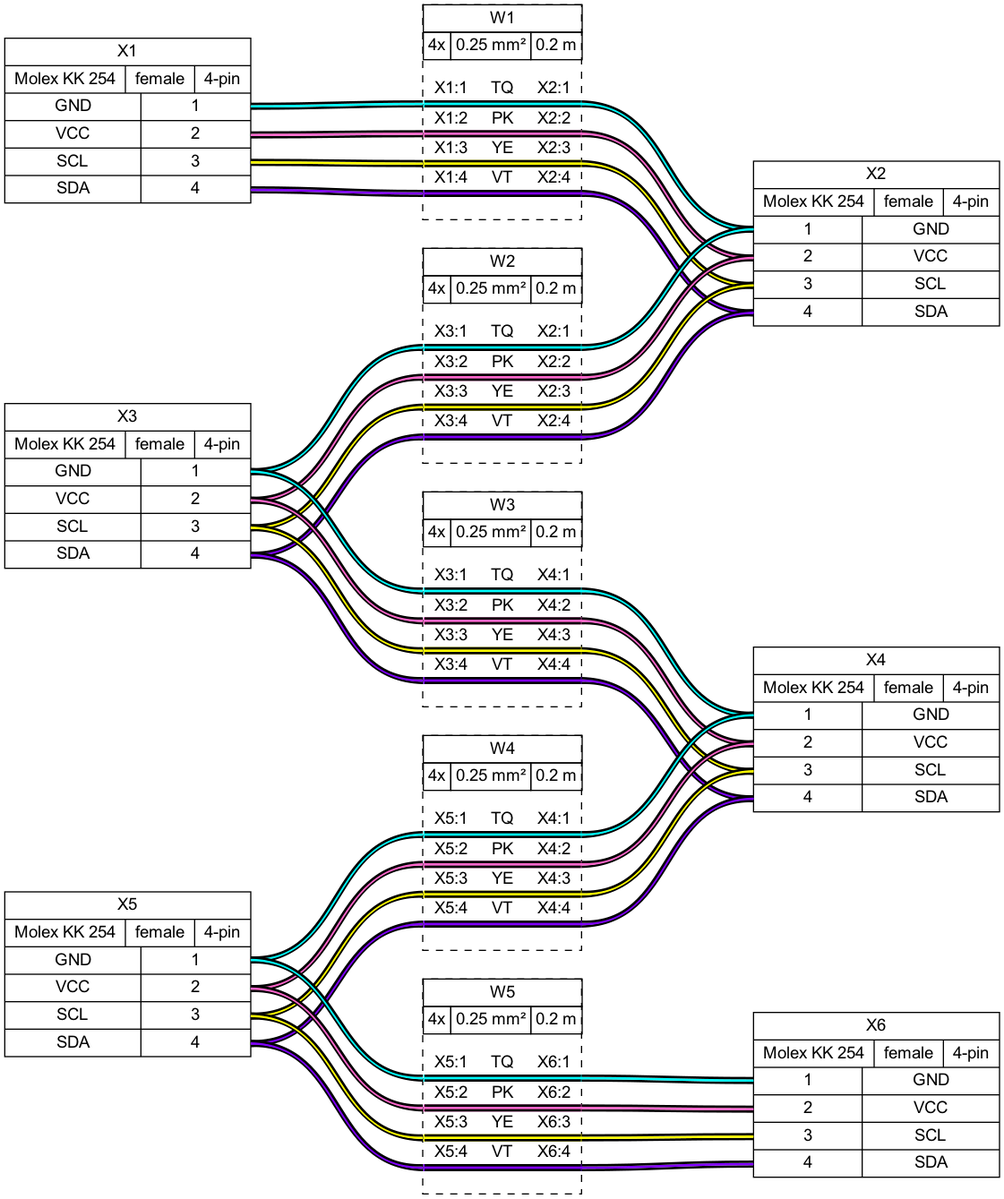
Before: tutorial/tutorial07.png, a diagram exported from Graphviz (wireviz/WireViz). Its source is kept beside it as tutorial/tutorial07.gv.
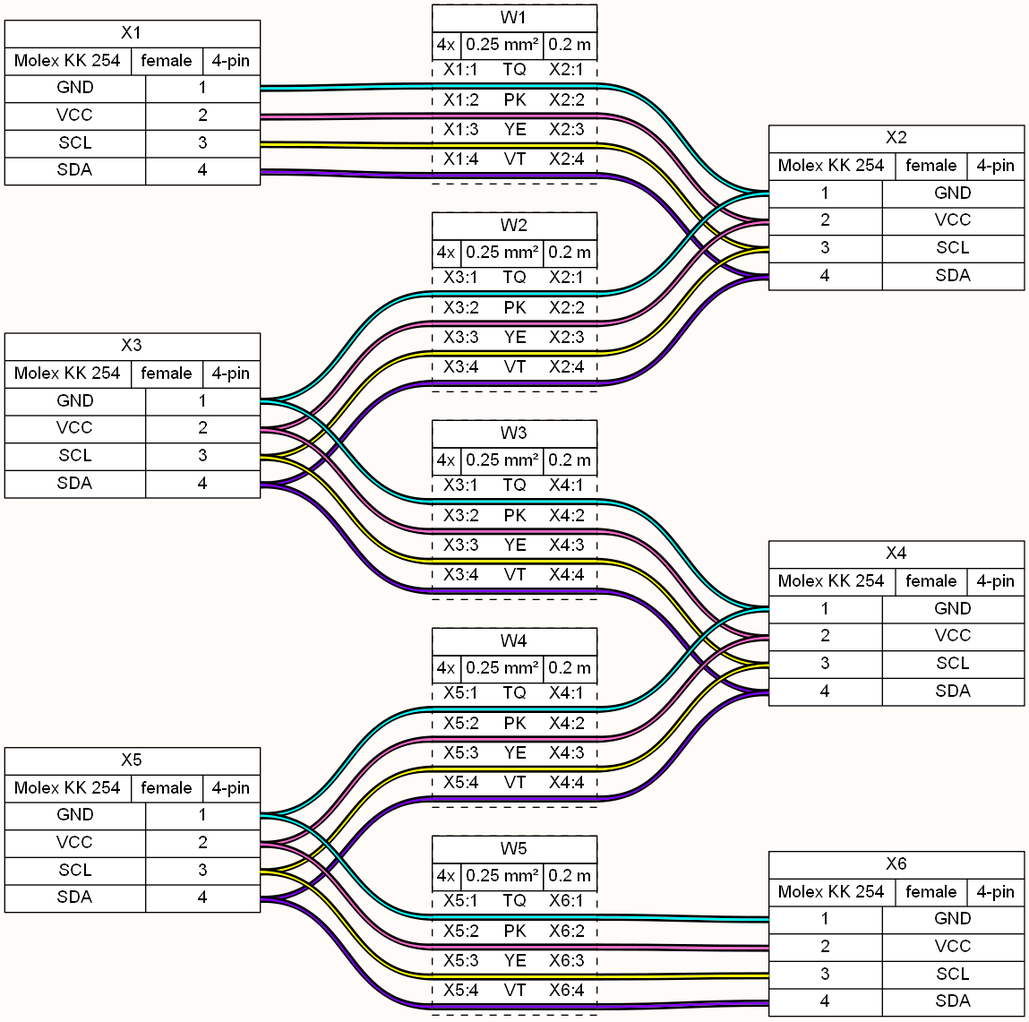
Later version of the same file.

The edit, as a diff of the source:
```diff
@@ -1,5 +1,5 @@
 graph {
-	graph [bgcolor=white fontname=arial nodesep=0.33 rankdir=LR ranksep=2]
+	graph [bgcolor="#fffbf8" fontname=arial nodesep=0.33 rankdir=LR ranksep=2]
 	node [fillcolor=white fontname=arial shape=record style=filled]
 	edge [fontname=arial style=bold]
 	X1 [label="X1|{Molex KK 254|female|4-pin}|{{GND|VCC|SCL|SDA}|{<p1r>1|<p2r>2|<p3r>3|<p4r>4}}"]
@@ -20,7 +20,7 @@
 	edge [color="#000000:#8000ff:#000000"]
 	X1:p4r:e -- W1:w4:w
 	W1:w4:e -- X2:p4l:w
-	W1 [label=<<table border="0" cellspacing="0" cellpadding="0"><tr><td><table border="0" cellspacing="0" cellpadding="3" cellborder="1"><tr><td colspan="3">W1</td></tr><tr><td>4x</td><td>0.25 mm²</td><td>0.2 m</td></tr></table></td></tr><tr><td>&nbsp;</td></tr><tr><td><table border="0" cellspacing="0" cellborder="0"><tr><td>X1:1</td><td>TQ</td><td>X2:1</td></tr><tr><td colspan="3" cellpadding="0" height="6" bgcolor="#00ffff" border="2" sides="tb" port="w1"></td></tr><tr><td>X1:2</td><td>PK</td><td>X2:2</td></tr><tr><td colspan="3" cellpadding="0" height="6" bgcolor="#ff66cc" border="2" sides="tb" port="w2"></td></tr><tr><td>X1:3</td><td>YE</td><td>X2:3</td></tr><tr><td colspan="3" cellpadding="0" height="6" bgcolor="#ffff00" border="2" sides="tb" port="w3"></td></tr><tr><td>X1:4</td><td>VT</td><td>X2:4</td></tr><tr><td colspan="3" cellpadding="0" height="6" bgcolor="#8000ff" border="2" sides="tb" port="w4"></td></tr><tr><td>&nbsp;</td></tr></table></td></tr></table>> fillcolor=white margin=0 shape=box style="filled,dashed"]
+	W1 [label=<<table border="0" cellspacing="0" cellpadding="0"><tr><td><table border="0" cellspacing="0" cellpadding="3" cellborder="1"><tr><td colspan="3">W1</td></tr><tr><td>4x</td><td>0.25 mm²</td><td>0.2 m</td></tr></table></td></tr><tr><td></td></tr><tr><td><table border="0" cellspacing="0" cellborder="0"><tr><td>X1:1</td><td>TQ</td><td>X2:1</td></tr><tr><td colspan="3" border="0" cellspacing="0" cellpadding="0" port="w1" height="6"><table cellspacing="0" cellborder="0" border = "0"><tr><td colspan="3" cellpadding="0" height="2" bgcolor="#000000" border="0"></td></tr><tr><td colspan="3" cellpadding="0" height="2" bgcolor="#00ffff" border="0"></td></tr><tr><td colspan="3" cellpadding="0" height="2" bgcolor="#000000" border="0"></td></tr></table></td></tr><tr><td>X1:2</td><td>PK</td><td>X2:2</td></tr><tr><td colspan="3" border="0" cellspacing="0" cellpadding="0" port="w2" height="6"><table cellspacing="0" cellborder="0" border = "0"><tr><td colspan="3" cellpadding="0" height="2" bgcolor="#000000" border="0"></td></tr><tr><td colspan="3" cellpadding="0" height="2" bgcolor="#ff66cc" border="0"></td></tr><tr><td colspan="3" cellpadding="0" height="2" bgcolor="#000000" border="0"></td></tr></table></td></tr><tr><td>X1:3</td><td>YE</td><td>X2:3</td></tr><tr><td colspan="3" border="0" cellspacing="0" cellpadding="0" port="w3" height="6"><table cellspacing="0" cellborder="0" border = "0"><tr><td colspan="3" cellpadding="0" height="2" bgcolor="#000000" border="0"></td></tr><tr><td colspan="3" cellpadding="0" height="2" bgcolor="#ffff00" border="0"></td></tr><tr><td colspan="3" cellpadding="0" height="2" bgcolor="#000000" border="0"></td></tr></table></td></tr><tr><td>X1:4</td><td>VT</td><td>X2:4</td></tr><tr><td colspan="3" border="0" cellspacing="0" cellpadding="0" port="w4" height="6"><table cellspacing="0" cellborder="0" border = "0"><tr><td colspan="3" cellpadding="0" height="2" bgcolor="#000000" border="0"></td></tr><tr><td colspan="3" cellpadding="0" height="2" bgcolor="#8000ff" border="0"></td></tr><tr><td colspan="3" cellpadding="0" height="2" bgcolor="#000000" border="0"></td></tr></table></td></tr><tr><td></td></tr></table></td></tr></table>> fillcolor=white margin=0 shape=box style="filled,dashed"]
 	edge [color="#000000:#00ffff:#000000"]
 	X3:p1r:e -- W2:w1:w
 	W2:w1:e -- X2:p1l:w
@@ -33,7 +33,7 @@
 	edge [color="#000000:#8000ff:#000000"]
 	X3:p4r:e -- W2:w4:w
 	W2:w4:e -- X2:p4l:w
-	W2 [label=<<table border="0" cellspacing="0" cellpadding="0"><tr><td><table border="0" cellspacing="0" cellpadding="3" cellborder="1"><tr><td colspan="3">W2</td></tr><tr><td>4x</td><td>0.25 mm²</td><td>0.2 m</td></tr></table></td></tr><tr><td>&nbsp;</td></tr><tr><td><table border="0" cellspacing="0" cellborder="0"><tr><td>X3:1</td><td>TQ</td><td>X2:1</td></tr><tr><td colspan="3" cellpadding="0" height="6" bgcolor="#00ffff" border="2" sides="tb" port="w1"></td></tr><tr><td>X3:2</td><td>PK</td><td>X2:2</td></tr><tr><td colspan="3" cellpadding="0" height="6" bgcolor="#ff66cc" border="2" sides="tb" port="w2"></td></tr><tr><td>X3:3</td><td>YE</td><td>X2:3</td></tr><tr><td colspan="3" cellpadding="0" height="6" bgcolor="#ffff00" border="2" sides="tb" port="w3"></td></tr><tr><td>X3:4</td><td>VT</td><td>X2:4</td></tr><tr><td colspan="3" cellpadding="0" height="6" bgcolor="#8000ff" border="2" sides="tb" port="w4"></td></tr><tr><td>&nbsp;</td></tr></table></td></tr></table>> fillcolor=white margin=0 shape=box style="filled,dashed"]
+	W2 [label=<<table border="0" cellspacing="0" cellpadding="0"><tr><td><table border="0" cellspacing="0" cellpadding="3" cellborder="1"><tr><td colspan="3">W2</td></tr><tr><td>4x</td><td>0.25 mm²</td><td>0.2 m</td></tr></table></td></tr><tr><td></td></tr><tr><td><table border="0" cellspacing="0" cellborder="0"><tr><td>X3:1</td><td>TQ</td><td>X2:1</td></tr><tr><td colspan="3" border="0" cellspacing="0" cellpadding="0" port="w1" height="6"><table cellspacing="0" cellborder="0" border = "0"><tr><td colspan="3" cellpadding="0" height="2" bgcolor="#000000" border="0"></td></tr><tr><td colspan="3" cellpadding="0" height="2" bgcolor="#00ffff" border="0"></td></tr><tr><td colspan="3" cellpadding="0" height="2" bgcolor="#000000" border="0"></td></tr></table></td></tr><tr><td>X3:2</td><td>PK</td><td>X2:2</td></tr><tr><td colspan="3" border="0" cellspacing="0" cellpadding="0" port="w2" height="6"><table cellspacing="0" cellborder="0" border = "0"><tr><td colspan="3" cellpadding="0" height="2" bgcolor="#000000" border="0"></td></tr><tr><td colspan="3" cellpadding="0" height="2" bgcolor="#ff66cc" border="0"></td></tr><tr><td colspan="3" cellpadding="0" height="2" bgcolor="#000000" border="0"></td></tr></table></td></tr><tr><td>X3:3</td><td>YE</td><td>X2:3</td></tr><tr><td colspan="3" border="0" cellspacing="0" cellpadding="0" port="w3" height="6"><table cellspacing="0" cellborder="0" border = "0"><tr><td colspan="3" cellpadding="0" height="2" bgcolor="#000000" border="0"></td></tr><tr><td colspan="3" cellpadding="0" height="2" bgcolor="#ffff00" border="0"></td></tr><tr><td colspan="3" cellpadding="0" height="2" bgcolor="#000000" border="0"></td></tr></table></td></tr><tr><td>X3:4</td><td>VT</td><td>X2:4</td></tr><tr><td colspan="3" border="0" cellspacing="0" cellpadding="0" port="w4" height="6"><table cellspacing="0" cellborder="0" border = "0"><tr><td colspan="3" cellpadding="0" height="2" bgcolor="#000000" border="0"></td></tr><tr><td colspan="3" cellpadding="0" height="2" bgcolor="#8000ff" border="0"></td></tr><tr><td colspan="3" cellpadding="0" height="2" bgcolor="#000000" border="0"></td></tr></table></td></tr><tr><td></td></tr></table></td></tr></table>> fillcolor=white margin=0 shape=box style="filled,dashed"]
 	edge [color="#000000:#00ffff:#000000"]
 	X3:p1r:e -- W3:w1:w
 	W3:w1:e -- X4:p1l:w
@@ -46,7 +46,7 @@
 	edge [color="#000000:#8000ff:#000000"]
 	X3:p4r:e -- W3:w4:w
 	W3:w4:e -- X4:p4l:w
-	W3 [label=<<table border="0" cellspacing="0" cellpadding="0"><tr><td><table border="0" cellspacing="0" cellpadding="3" cellborder="1"><tr><td colspan="3">W3</td></tr><tr><td>4x</td><td>0.25 mm²</td><td>0.2 m</td></tr></table></td></tr><tr><td>&nbsp;</td></tr><tr><td><table border="0" cellspacing="0" cellborder="0"><tr><td>X3:1</td><td>TQ</td><td>X4:1</td></tr><tr><td colspan="3" cellpadding="0" height="6" bgcolor="#00ffff" border="2" sides="tb" port="w1"></td></tr><tr><td>X3:2</td><td>PK</td><td>X4:2</td></tr><tr><td colspan="3" cellpadding="0" height="6" bgcolor="#ff66cc" border="2" sides="tb" port="w2"></td></tr><tr><td>X3:3</td><td>YE</td><td>X4:3</td></tr><tr><td colspan="3" cellpadding="0" height="6" bgcolor="#ffff00" border="2" sides="tb" port="w3"></td></tr><tr><td>X3:4</td><td>VT</td><td>X4:4</td></tr><tr><td colspan="3" cellpadding="0" height="6" bgcolor="#8000ff" border="2" sides="tb" port="w4"></td></tr><tr><td>&nbsp;</td></tr></table></td></tr></table>> fillcolor=white margin=0 shape=box style="filled,dashed"]
+	W3 [label=<<table border="0" cellspacing="0" cellpadding="0"><tr><td><table border="0" cellspacing="0" cellpadding="3" cellborder="1"><tr><td colspan="3">W3</td></tr><tr><td>4x</td><td>0.25 mm²</td><td>0.2 m</td></tr></table></td></tr><tr><td></td></tr><tr><td><table border="0" cellspacing="0" cellborder="0"><tr><td>X3:1</td><td>TQ</td><td>X4:1</td></tr><tr><td colspan="3" border="0" cellspacing="0" cellpadding="0" port="w1" height="6"><table cellspacing="0" cellborder="0" border = "0"><tr><td colspan="3" cellpadding="0" height="2" bgcolor="#000000" border="0"></td></tr><tr><td colspan="3" cellpadding="0" height="2" bgcolor="#00ffff" border="0"></td></tr><tr><td colspan="3" cellpadding="0" height="2" bgcolor="#000000" border="0"></td></tr></table></td></tr><tr><td>X3:2</td><td>PK</td><td>X4:2</td></tr><tr><td colspan="3" border="0" cellspacing="0" cellpadding="0" port="w2" height="6"><table cellspacing="0" cellborder="0" border = "0"><tr><td colspan="3" cellpadding="0" height="2" bgcolor="#000000" border="0"></td></tr><tr><td colspan="3" cellpadding="0" height="2" bgcolor="#ff66cc" border="0"></td></tr><tr><td colspan="3" cellpadding="0" height="2" bgcolor="#000000" border="0"></td></tr></table></td></tr><tr><td>X3:3</td><td>YE</td><td>X4:3</td></tr><tr><td colspan="3" border="0" cellspacing="0" cellpadding="0" port="w3" height="6"><table cellspacing="0" cellborder="0" border = "0"><tr><td colspan="3" cellpadding="0" height="2" bgcolor="#000000" border="0"></td></tr><tr><td colspan="3" cellpadding="0" height="2" bgcolor="#ffff00" border="0"></td></tr><tr><td colspan="3" cellpadding="0" height="2" bgcolor="#000000" border="0"></td></tr></table></td></tr><tr><td>X3:4</td><td>VT</td><td>X4:4</td></tr><tr><td colspan="3" border="0" cellspacing="0" cellpadding="0" port="w4" height="6"><table cellspacing="0" cellborder="0" border = "0"><tr><td colspan="3" cellpadding="0" height="2" bgcolor="#000000" border="0"></td></tr><tr><td colspan="3" cellpadding="0" height="2" bgcolor="#8000ff" border="0"></td></tr><tr><td colspan="3" cellpadding="0" height="2" bgcolor="#000000" border="0"></td></tr></table></td></tr><tr><td></td></tr></table></td></tr></table>> fillcolor=white margin=0 shape=box style="filled,dashed"]
 	edge [color="#000000:#00ffff:#000000"]
 	X5:p1r:e -- W4:w1:w
 	W4:w1:e -- X4:p1l:w
@@ -59,7 +59,7 @@
 	edge [color="#000000:#8000ff:#000000"]
 	X5:p4r:e -- W4:w4:w
 	W4:w4:e -- X4:p4l:w
-	W4 [label=<<table border="0" cellspacing="0" cellpadding="0"><tr><td><table border="0" cellspacing="0" cellpadding="3" cellborder="1"><tr><td colspan="3">W4</td></tr><tr><td>4x</td><td>0.25 mm²</td><td>0.2 m</td></tr></table></td></tr><tr><td>&nbsp;</td></tr><tr><td><table border="0" cellspacing="0" cellborder="0"><tr><td>X5:1</td><td>TQ</td><td>X4:1</td></tr><tr><td colspan="3" cellpadding="0" height="6" bgcolor="#00ffff" border="2" sides="tb" port="w1"></td></tr><tr><td>X5:2</td><td>PK</td><td>X4:2</td></tr><tr><td colspan="3" cellpadding="0" height="6" bgcolor="#ff66cc" border="2" sides="tb" port="w2"></td></tr><tr><td>X5:3</td><td>YE</td><td>X4:3</td></tr><tr><td colspan="3" cellpadding="0" height="6" bgcolor="#ffff00" border="2" sides="tb" port="w3"></td></tr><tr><td>X5:4</td><td>VT</td><td>X4:4</td></tr><tr><td colspan="3" cellpadding="0" height="6" bgcolor="#8000ff" border="2" sides="tb" port="w4"></td></tr><tr><td>&nbsp;</td></tr></table></td></tr></table>> fillcolor=white margin=0 shape=box style="filled,dashed"]
+	W4 [label=<<table border="0" cellspacing="0" cellpadding="0"><tr><td><table border="0" cellspacing="0" cellpadding="3" cellborder="1"><tr><td colspan="3">W4</td></tr><tr><td>4x</td><td>0.25 mm²</td><td>0.2 m</td></tr></table></td></tr><tr><td></td></tr><tr><td><table border="0" cellspacing="0" cellborder="0"><tr><td>X5:1</td><td>TQ</td><td>X4:1</td></tr><tr><td colspan="3" border="0" cellspacing="0" cellpadding="0" port="w1" height="6"><table cellspacing="0" cellborder="0" border = "0"><tr><td colspan="3" cellpadding="0" height="2" bgcolor="#000000" border="0"></td></tr><tr><td colspan="3" cellpadding="0" height="2" bgcolor="#00ffff" border="0"></td></tr><tr><td colspan="3" cellpadding="0" height="2" bgcolor="#000000" border="0"></td></tr></table></td></tr><tr><td>X5:2</td><td>PK</td><td>X4:2</td></tr><tr><td colspan="3" border="0" cellspacing="0" cellpadding="0" port="w2" height="6"><table cellspacing="0" cellborder="0" border = "0"><tr><td colspan="3" cellpadding="0" height="2" bgcolor="#000000" border="0"></td></tr><tr><td colspan="3" cellpadding="0" height="2" bgcolor="#ff66cc" border="0"></td></tr><tr><td colspan="3" cellpadding="0" height="2" bgcolor="#000000" border="0"></td></tr></table></td></tr><tr><td>X5:3</td><td>YE</td><td>X4:3</td></tr><tr><td colspan="3" border="0" cellspacing="0" cellpadding="0" port="w3" height="6"><table cellspacing="0" cellborder="0" border = "0"><tr><td colspan="3" cellpadding="0" height="2" bgcolor="#000000" border="0"></td></tr><tr><td colspan="3" cellpadding="0" height="2" bgcolor="#ffff00" border="0"></td></tr><tr><td colspan="3" cellpadding="0" height="2" bgcolor="#000000" border="0"></td></tr></table></td></tr><tr><td>X5:4</td><td>VT</td><td>X4:4</td></tr><tr><td colspan="3" border="0" cellspacing="0" cellpadding="0" port="w4" height="6"><table cellspacing="0" cellborder="0" border = "0"><tr><td colspan="3" cellpadding="0" height="2" bgcolor="#000000" border="0"></td></tr><tr><td colspan="3" cellpadding="0" height="2" bgcolor="#8000ff" border="0"></td></tr><tr><td colspan="3" cellpadding="0" height="2" bgcolor="#000000" border="0"></td></tr></table></td></tr><tr><td></td></tr></table></td></tr></table>> fillcolor=white margin=0 shape=box style="filled,dashed"]
 	edge [color="#000000:#00ffff:#000000"]
 	X5:p1r:e -- W5:w1:w
 	W5:w1:e -- X6:p1l:w
@@ -72,5 +72,5 @@
 	edge [color="#000000:#8000ff:#000000"]
 	X5:p4r:e -- W5:w4:w
 	W5:w4:e -- X6:p4l:w
-	W5 [label=<<table border="0" cellspacing="0" cellpadding="0"><tr><td><table border="0" cellspacing="0" cellpadding="3" cellborder="1"><tr><td colspan="3">W5</td></tr><tr><td>4x</td><td>0.25 mm²</td><td>0.2 m</td></tr></table></td></tr><tr><td>&nbsp;</td></tr><tr><td><table border="0" cellspacing="0" cellborder="0"><tr><td>X5:1</td><td>TQ</td><td>X6:1</td></tr><tr><td colspan="3" cellpadding="0" height="6" bgcolor="#00ffff" border="2" sides="tb" port="w1"></td></tr><tr><td>X5:2</td><td>PK</td><td>X6:2</td></tr><tr><td colspan="3" cellpadding="0" height="6" bgcolor="#ff66cc" border="2" sides="tb" port="w2"></td></tr><tr><td>X5:3</td><td>YE</td><td>X6:3</td></tr><tr><td colspan="3" cellpadding="0" height="6" bgcolor="#ffff00" border="2" sides="tb" port="w3"></td></tr><tr><td>X5:4</td><td>VT</td><td>X6:4</td></tr><tr><td colspan="3" cellpadding="0" height="6" bgcolor="#8000ff" border="2" sides="tb" port="w4"></td></tr><tr><td>&nbsp;</td></tr></table></td></tr></table>> fillcolor=white margin=0 shape=box style="filled,dashed"]
+	W5 [label=<<table border="0" cellspacing="0" cellpadding="0"><tr><td><table border="0" cellspacing="0" cellpadding="3" cellborder="1"><tr><td colspan="3">W5</td></tr><tr><td>4x</td><td>0.25 mm²</td><td>0.2 m</td></tr></table></td></tr><tr><td></td></tr><tr><td><table border="0" cellspacing="0" cellborder="0"><tr><td>X5:1</td><td>TQ</td><td>X6:1</td></tr><tr><td colspan="3" border="0" cellspacing="0" cellpadding="0" port="w1" height="6"><table cellspacing="0" cellborder="0" border = "0"><tr><td colspan="3" cellpadding="0" height="2" bgcolor="#000000" border="0"></td></tr><tr><td colspan="3" cellpadding="0" height="2" bgcolor="#00ffff" border="0"></td></tr><tr><td colspan="3" cellpadding="0" height="2" bgcolor="#000000" border="0"></td></tr></table></td></tr><tr><td>X5:2</td><td>PK</td><td>X6:2</td></tr><tr><td colspan="3" border="0" cellspacing="0" cellpadding="0" port="w2" height="6"><table cellspacing="0" cellborder="0" border = "0"><tr><td colspan="3" cellpadding="0" height="2" bgcolor="#000000" border="0"></td></tr><tr><td colspan="3" cellpadding="0" height="2" bgcolor="#ff66cc" border="0"></td></tr><tr><td colspan="3" cellpadding="0" height="2" bgcolor="#000000" border="0"></td></tr></table></td></tr><tr><td>X5:3</td><td>YE</td><td>X6:3</td></tr><tr><td colspan="3" border="0" cellspacing="0" cellpadding="0" port="w3" height="6"><table cellspacing="0" cellborder="0" border = "0"><tr><td colspan="3" cellpadding="0" height="2" bgcolor="#000000" border="0"></td></tr><tr><td colspan="3" cellpadding="0" height="2" bgcolor="#ffff00" border="0"></td></tr><tr><td colspan="3" cellpadding="0" height="2" bgcolor="#000000" border="0"></td></tr></table></td></tr><tr><td>X5:4</td><td>VT</td><td>X6:4</td></tr><tr><td colspan="3" border="0" cellspacing="0" cellpadding="0" port="w4" height="6"><table cellspacing="0" cellborder="0" border = "0"><tr><td colspan="3" cellpadding="0" height="2" bgcolor="#000000" border="0"></td></tr><tr><td colspan="3" cellpadding="0" height="2" bgcolor="#8000ff" border="0"></td></tr><tr><td colspan="3" cellpadding="0" height="2" bgcolor="#000000" border="0"></td></tr></table></td></tr><tr><td></td></tr></table></td></tr></table>> fillcolor=white margin=0 shape=box style="filled,dashed"]
 }
```
